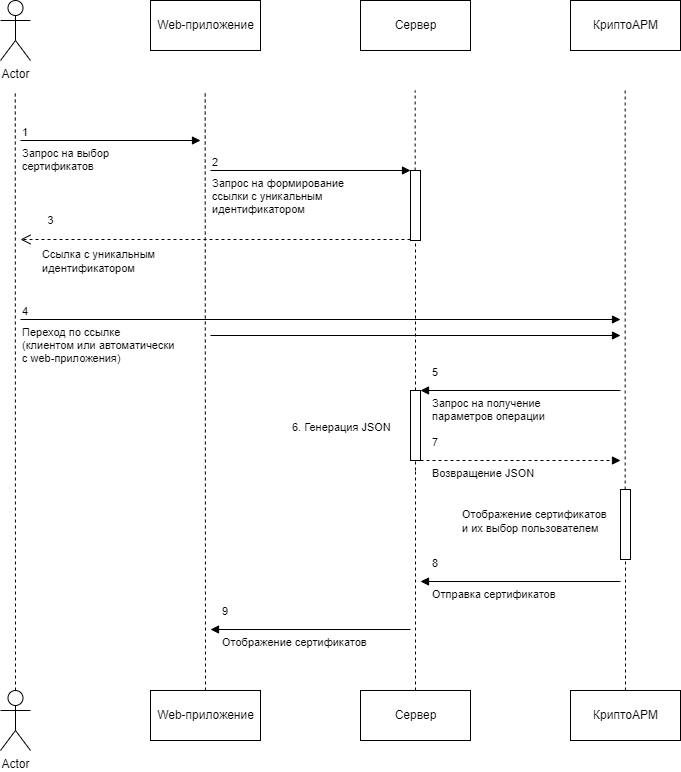
Above: docs/004-certrequests/images/certrequests.drawio.png in OlgaGaz/Test1 (draw.io), before the change. Source tidied: cells renumbered, new cells last; positions are measured from the earlier drawing's top-left corner, leaving out a move shared by most shapes. Its diagram source:
```xml
<mxGraphModel>
  <root>
    <mxCell id="0" />
    <mxCell id="1" parent="0" />
    <mxCell id="2" value="Actor" style="shape=umlActor;verticalLabelPosition=bottom;verticalAlign=top;html=1;" parent="1" vertex="1">
      <mxGeometry width="30" height="60" as="geometry" />
    </mxCell>
    <mxCell id="3" value="Web-приложение" style="html=1;" parent="1" vertex="1">
      <mxGeometry x="150" width="110" height="50" as="geometry" />
    </mxCell>
    <mxCell id="4" value="Сервер" style="html=1;" parent="1" vertex="1">
      <mxGeometry x="360" width="110" height="50" as="geometry" />
    </mxCell>
    <mxCell id="5" value="КриптоАРМ" style="html=1;" parent="1" vertex="1">
      <mxGeometry x="570" width="110" height="50" as="geometry" />
    </mxCell>
    <mxCell id="6" style="endArrow=none;dashed=1;html=1;" parent="1" edge="1">
      <mxGeometry relative="1" as="geometry">
        <mxPoint x="15" y="690" as="sourcePoint" />
        <mxPoint x="14.8" y="90" as="targetPoint" />
      </mxGeometry>
    </mxCell>
    <mxCell id="7" style="endArrow=none;dashed=1;html=1;" parent="1" edge="1">
      <mxGeometry relative="1" as="geometry">
        <mxPoint x="205" y="690" as="sourcePoint" />
        <mxPoint x="204.7" y="90" as="targetPoint" />
      </mxGeometry>
    </mxCell>
    <mxCell id="8" style="endArrow=none;dashed=1;html=1;startArrow=none;" parent="1" edge="1" source="15">
      <mxGeometry relative="1" as="geometry">
        <mxPoint x="414.7" y="90" as="targetPoint" />
      </mxGeometry>
    </mxCell>
    <mxCell id="9" style="endArrow=none;dashed=1;html=1;startArrow=none;" parent="1" edge="1" source="39">
      <mxGeometry relative="1" as="geometry">
        <mxPoint x="624.7" y="90" as="targetPoint" />
      </mxGeometry>
    </mxCell>
    <mxCell id="10" value="Переход по ссылке &lt;br&gt;(клиентом или автоматически&lt;br&gt;с web-приложения)" style="endArrow=block;endFill=1;html=1;edgeStyle=orthogonalEdgeStyle;align=left;verticalAlign=top;" parent="1" edge="1">
      <mxGeometry x="-1" relative="1" as="geometry">
        <mxPoint x="20" y="319" as="sourcePoint" />
        <mxPoint x="620" y="319" as="targetPoint" />
      </mxGeometry>
    </mxCell>
    <mxCell id="11" value="4" style="edgeLabel;html=1;align=left;verticalAlign=bottom;" parent="10" vertex="1">
      <mxGeometry x="-1" relative="1" as="geometry" />
    </mxCell>
    <mxCell id="12" value="Запрос на формирование&lt;br&gt;ссылки с уникальным&lt;br&gt;идентификатором" style="endArrow=block;endFill=1;html=1;edgeStyle=orthogonalEdgeStyle;align=left;verticalAlign=top;" parent="1" edge="1">
      <mxGeometry x="-1" relative="1" as="geometry">
        <mxPoint x="210" y="170" as="sourcePoint" />
        <mxPoint x="410" y="170" as="targetPoint" />
      </mxGeometry>
    </mxCell>
    <mxCell id="13" value="2" style="edgeLabel;html=1;align=left;verticalAlign=bottom;" parent="12" vertex="1">
      <mxGeometry x="-1" relative="1" as="geometry" />
    </mxCell>
    <mxCell id="14" style="endArrow=none;dashed=1;html=1;startArrow=none;" parent="1" edge="1" source="25" target="15">
      <mxGeometry relative="1" as="geometry" />
    </mxCell>
    <mxCell id="15" style="html=1;points=[];perimeter=orthogonalPerimeter;" parent="1" vertex="1">
      <mxGeometry x="410" y="170" width="10" height="70" as="geometry" />
    </mxCell>
    <mxCell id="16" value="3" style="html=1;verticalAlign=bottom;endArrow=open;dashed=1;endSize=8;" parent="1" edge="1">
      <mxGeometry x="0.85" y="-10" relative="1" as="geometry">
        <mxPoint x="410" y="239" as="sourcePoint" />
        <mxPoint x="20" y="239" as="targetPoint" />
      </mxGeometry>
    </mxCell>
    <mxCell id="17" value="&lt;span style=&quot;font-size: 11px; background-color: rgb(255, 255, 255);&quot;&gt;Ссылка с уникальным идентификатором&lt;/span&gt;" style="text;whiteSpace=wrap;html=1;" parent="1" vertex="1">
      <mxGeometry x="40" y="240" width="130" height="40" as="geometry" />
    </mxCell>
    <mxCell id="18" value="Запрос на выбор&lt;br&gt;сертификатов" style="endArrow=block;endFill=1;html=1;edgeStyle=orthogonalEdgeStyle;align=left;verticalAlign=top;" parent="1" edge="1">
      <mxGeometry x="-1" relative="1" as="geometry">
        <mxPoint x="20" y="140" as="sourcePoint" />
        <mxPoint x="200" y="140" as="targetPoint" />
      </mxGeometry>
    </mxCell>
    <mxCell id="19" value="1" style="edgeLabel;html=1;align=left;verticalAlign=bottom;" parent="18" vertex="1">
      <mxGeometry x="-1" relative="1" as="geometry" />
    </mxCell>
    <mxCell id="20" style="endArrow=block;endFill=1;html=1;edgeStyle=orthogonalEdgeStyle;align=left;verticalAlign=top;" parent="1" edge="1">
      <mxGeometry x="-1" relative="1" as="geometry">
        <mxPoint x="210" y="335" as="sourcePoint" />
        <mxPoint x="620" y="335" as="targetPoint" />
      </mxGeometry>
    </mxCell>
    <mxCell id="21" value="Запрос на получение&lt;br&gt;параметров операции" style="endArrow=block;endFill=1;html=1;edgeStyle=orthogonalEdgeStyle;align=left;verticalAlign=top;" parent="1" edge="1">
      <mxGeometry x="0.9" relative="1" as="geometry">
        <mxPoint x="620" y="390" as="sourcePoint" />
        <mxPoint x="420" y="390" as="targetPoint" />
      </mxGeometry>
    </mxCell>
    <mxCell id="22" value="5" style="edgeLabel;html=1;align=left;verticalAlign=bottom;" parent="21" vertex="1">
      <mxGeometry x="-1" relative="1" as="geometry">
        <mxPoint x="-190" y="-10" as="offset" />
      </mxGeometry>
    </mxCell>
    <mxCell id="23" style="endArrow=none;dashed=1;html=1;" parent="1" edge="1">
      <mxGeometry relative="1" as="geometry">
        <mxPoint x="415" y="690" as="sourcePoint" />
        <mxPoint x="415" y="470" as="targetPoint" />
      </mxGeometry>
    </mxCell>
    <mxCell id="24" style="endArrow=none;dashed=1;html=1;startArrow=none;" parent="1" edge="1" target="25">
      <mxGeometry relative="1" as="geometry">
        <mxPoint x="415" y="470" as="sourcePoint" />
      </mxGeometry>
    </mxCell>
    <mxCell id="25" style="html=1;points=[];perimeter=orthogonalPerimeter;" parent="1" vertex="1">
      <mxGeometry x="410" y="390" width="10" height="70" as="geometry" />
    </mxCell>
    <mxCell id="26" value="&lt;span style=&quot;font-size: 11px; background-color: rgb(255, 255, 255);&quot;&gt;6. Генерация JSON&lt;/span&gt;" style="text;whiteSpace=wrap;html=1;" parent="1" vertex="1">
      <mxGeometry x="290" y="412.5" width="110" height="25" as="geometry" />
    </mxCell>
    <mxCell id="27" value="Возвращение JSON" style="endArrow=block;endFill=1;html=1;edgeStyle=orthogonalEdgeStyle;align=left;verticalAlign=top;dashed=1;" parent="1" edge="1">
      <mxGeometry x="-0.9" relative="1" as="geometry">
        <mxPoint x="420" y="460" as="sourcePoint" />
        <mxPoint x="620" y="460" as="targetPoint" />
      </mxGeometry>
    </mxCell>
    <mxCell id="28" value="7" style="edgeLabel;html=1;align=left;verticalAlign=bottom;" parent="27" vertex="1">
      <mxGeometry x="-1" relative="1" as="geometry">
        <mxPoint x="10" y="-10" as="offset" />
      </mxGeometry>
    </mxCell>
    <mxCell id="29" value="&lt;span style=&quot;font-size: 11px; background-color: rgb(255, 255, 255);&quot;&gt;Отображение сертификатов и их выбор пользователем&lt;/span&gt;" style="text;whiteSpace=wrap;html=1;" parent="1" vertex="1">
      <mxGeometry x="460" y="500" width="150" height="40" as="geometry" />
    </mxCell>
    <mxCell id="30" value="Отправка сертификатов" style="endArrow=block;endFill=1;html=1;edgeStyle=orthogonalEdgeStyle;align=left;verticalAlign=top;" parent="1" edge="1">
      <mxGeometry x="0.9" relative="1" as="geometry">
        <mxPoint x="620" y="581" as="sourcePoint" />
        <mxPoint x="420" y="581" as="targetPoint" />
      </mxGeometry>
    </mxCell>
    <mxCell id="31" value="8" style="edgeLabel;html=1;align=left;verticalAlign=bottom;" parent="30" vertex="1">
      <mxGeometry x="-1" relative="1" as="geometry">
        <mxPoint x="-190" y="-10" as="offset" />
      </mxGeometry>
    </mxCell>
    <mxCell id="32" value="Отображение сертификатов" style="endArrow=block;endFill=1;html=1;edgeStyle=orthogonalEdgeStyle;align=left;verticalAlign=top;" parent="1" edge="1">
      <mxGeometry x="0.9" relative="1" as="geometry">
        <mxPoint x="410" y="629" as="sourcePoint" />
        <mxPoint x="210" y="629" as="targetPoint" />
      </mxGeometry>
    </mxCell>
    <mxCell id="33" value="9" style="edgeLabel;html=1;align=left;verticalAlign=bottom;" parent="32" vertex="1">
      <mxGeometry x="-1" relative="1" as="geometry">
        <mxPoint x="-190" y="-10" as="offset" />
      </mxGeometry>
    </mxCell>
    <mxCell id="34" value="Actor" style="shape=umlActor;verticalLabelPosition=bottom;verticalAlign=top;html=1;" parent="1" vertex="1">
      <mxGeometry y="690" width="30" height="60" as="geometry" />
    </mxCell>
    <mxCell id="35" value="Web-приложение" style="html=1;" parent="1" vertex="1">
      <mxGeometry x="150" y="690" width="110" height="50" as="geometry" />
    </mxCell>
    <mxCell id="36" value="Сервер" style="html=1;" parent="1" vertex="1">
      <mxGeometry x="360" y="690" width="110" height="50" as="geometry" />
    </mxCell>
    <mxCell id="37" value="КриптоАРМ" style="html=1;" parent="1" vertex="1">
      <mxGeometry x="570" y="690" width="110" height="50" as="geometry" />
    </mxCell>
    <mxCell id="38" style="endArrow=none;dashed=1;html=1;startArrow=none;" parent="1" edge="1" target="39">
      <mxGeometry relative="1" as="geometry">
        <mxPoint x="625" y="690" as="sourcePoint" />
      </mxGeometry>
    </mxCell>
    <mxCell id="39" style="html=1;points=[];perimeter=orthogonalPerimeter;" parent="1" vertex="1">
      <mxGeometry x="620" y="489" width="10" height="70" as="geometry" />
    </mxCell>
  </root>
</mxGraphModel>
```
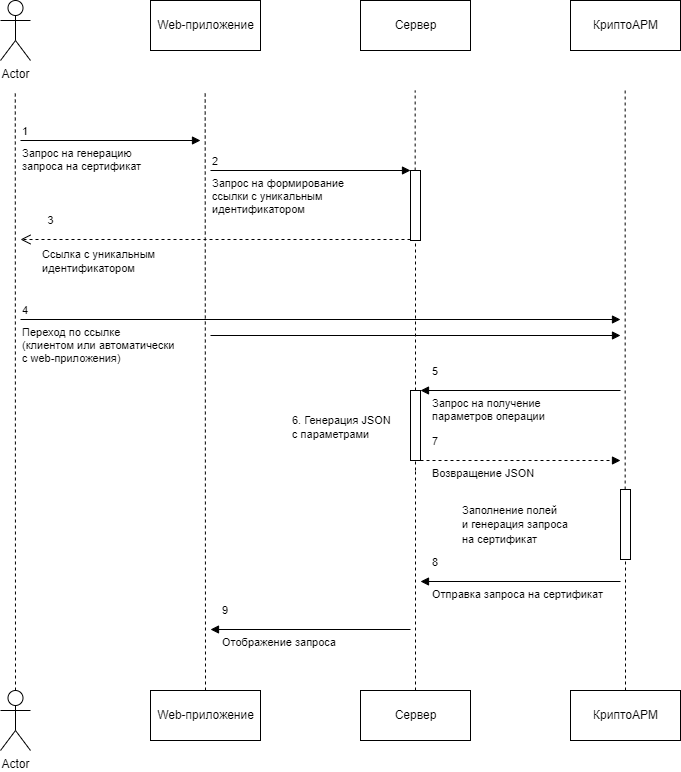
The same diagram one commit later.

What changed in the source:
```diff
@@ -69,7 +69,7 @@
     <mxCell id="17" value="&lt;span style=&quot;font-size: 11px; background-color: rgb(255, 255, 255);&quot;&gt;Ссылка с уникальным идентификатором&lt;/span&gt;" style="text;whiteSpace=wrap;html=1;" parent="1" vertex="1">
       <mxGeometry x="40" y="240" width="130" height="40" as="geometry" />
     </mxCell>
-    <mxCell id="18" value="Запрос на выбор&lt;br&gt;сертификатов" style="endArrow=block;endFill=1;html=1;edgeStyle=orthogonalEdgeStyle;align=left;verticalAlign=top;" parent="1" edge="1">
+    <mxCell id="18" value="Запрос на генерацию&lt;br&gt;запроса на сертификат" style="endArrow=block;endFill=1;html=1;edgeStyle=orthogonalEdgeStyle;align=left;verticalAlign=top;" parent="1" edge="1">
       <mxGeometry x="-1" relative="1" as="geometry">
         <mxPoint x="20" y="140" as="sourcePoint" />
         <mxPoint x="200" y="140" as="targetPoint" />
@@ -109,8 +109,8 @@
     <mxCell id="25" style="html=1;points=[];perimeter=orthogonalPerimeter;" parent="1" vertex="1">
       <mxGeometry x="410" y="390" width="10" height="70" as="geometry" />
     </mxCell>
-    <mxCell id="26" value="&lt;span style=&quot;font-size: 11px; background-color: rgb(255, 255, 255);&quot;&gt;6. Генерация JSON&lt;/span&gt;" style="text;whiteSpace=wrap;html=1;" parent="1" vertex="1">
-      <mxGeometry x="290" y="412.5" width="110" height="25" as="geometry" />
+    <mxCell id="26" value="&lt;span style=&quot;font-size: 11px; background-color: rgb(255, 255, 255);&quot;&gt;6. Генерация JSON&lt;br&gt;с параметрами&lt;br&gt;&lt;/span&gt;" style="text;whiteSpace=wrap;html=1;" parent="1" vertex="1">
+      <mxGeometry x="290" y="406.2" width="110" height="37.5" as="geometry" />
     </mxCell>
     <mxCell id="27" value="Возвращение JSON" style="endArrow=block;endFill=1;html=1;edgeStyle=orthogonalEdgeStyle;align=left;verticalAlign=top;dashed=1;" parent="1" edge="1">
       <mxGeometry x="-0.9" relative="1" as="geometry">
@@ -123,10 +123,10 @@
         <mxPoint x="10" y="-10" as="offset" />
       </mxGeometry>
     </mxCell>
-    <mxCell id="29" value="&lt;span style=&quot;font-size: 11px; background-color: rgb(255, 255, 255);&quot;&gt;Отображение сертификатов и их выбор пользователем&lt;/span&gt;" style="text;whiteSpace=wrap;html=1;" parent="1" vertex="1">
-      <mxGeometry x="460" y="500" width="150" height="40" as="geometry" />
+    <mxCell id="29" value="&lt;span style=&quot;font-size: 11px; background-color: rgb(255, 255, 255);&quot;&gt;Заполнение полей&lt;br&gt;и генерация запроса&lt;br&gt;на сертификат&lt;/span&gt;" style="text;whiteSpace=wrap;html=1;" parent="1" vertex="1">
+      <mxGeometry x="460" y="496" width="150" height="50" as="geometry" />
     </mxCell>
-    <mxCell id="30" value="Отправка сертификатов" style="endArrow=block;endFill=1;html=1;edgeStyle=orthogonalEdgeStyle;align=left;verticalAlign=top;" parent="1" edge="1">
+    <mxCell id="30" value="Отправка запроса на сертификат" style="endArrow=block;endFill=1;html=1;edgeStyle=orthogonalEdgeStyle;align=left;verticalAlign=top;" parent="1" edge="1">
       <mxGeometry x="0.9" relative="1" as="geometry">
         <mxPoint x="620" y="581" as="sourcePoint" />
         <mxPoint x="420" y="581" as="targetPoint" />
@@ -137,7 +137,7 @@
         <mxPoint x="-190" y="-10" as="offset" />
       </mxGeometry>
     </mxCell>
-    <mxCell id="32" value="Отображение сертификатов" style="endArrow=block;endFill=1;html=1;edgeStyle=orthogonalEdgeStyle;align=left;verticalAlign=top;" parent="1" edge="1">
+    <mxCell id="32" value="Отображение запроса" style="endArrow=block;endFill=1;html=1;edgeStyle=orthogonalEdgeStyle;align=left;verticalAlign=top;" parent="1" edge="1">
       <mxGeometry x="0.9" relative="1" as="geometry">
         <mxPoint x="410" y="629" as="sourcePoint" />
         <mxPoint x="210" y="629" as="targetPoint" />
```
